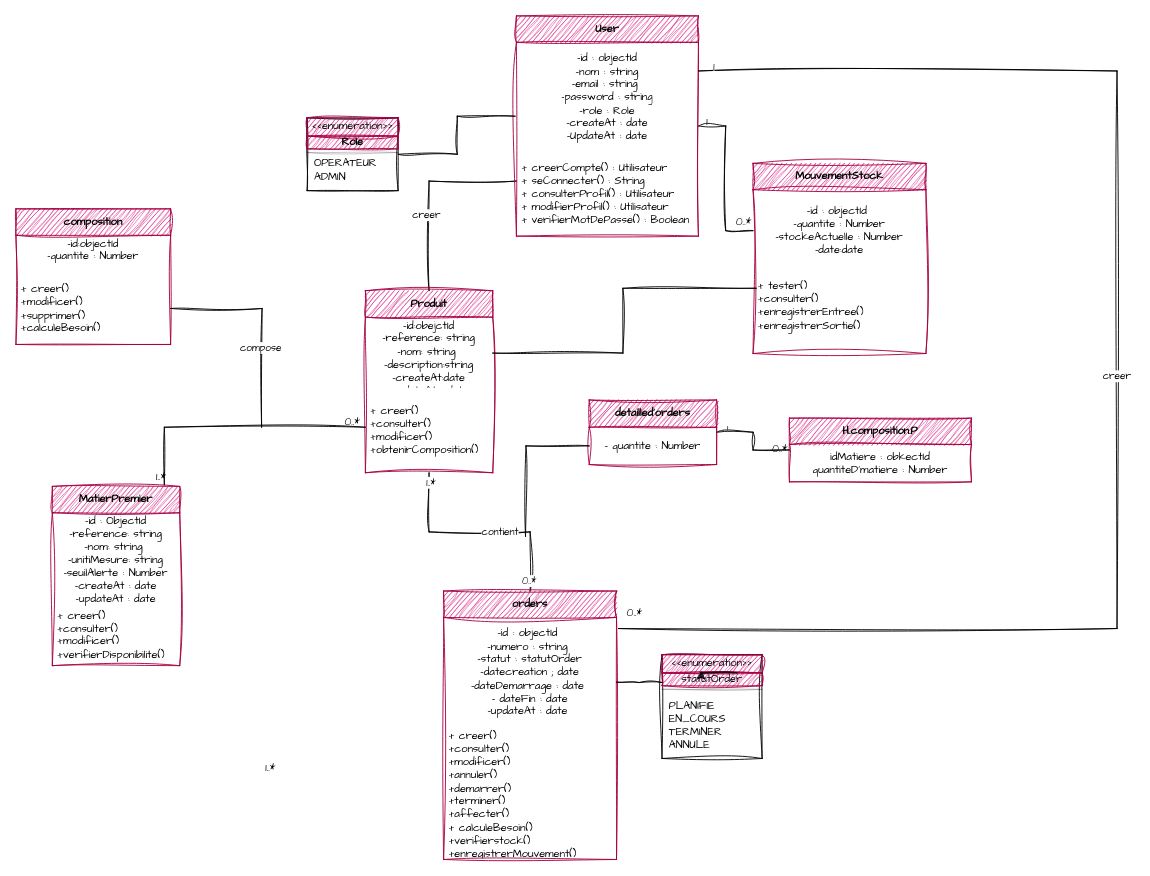
Earlier version of the draw.io diagram docs/diagramme_classV2.drawio (razaane/FactoryFlow). Source tidied: cells renumbered, new cells numbered last; positions are measured from the earlier drawing's top-left corner, leaving out a move shared by most shapes. Both pictures are drawn from the tidied source at 91%, with x=0, y=0 at pixel (15, 15).
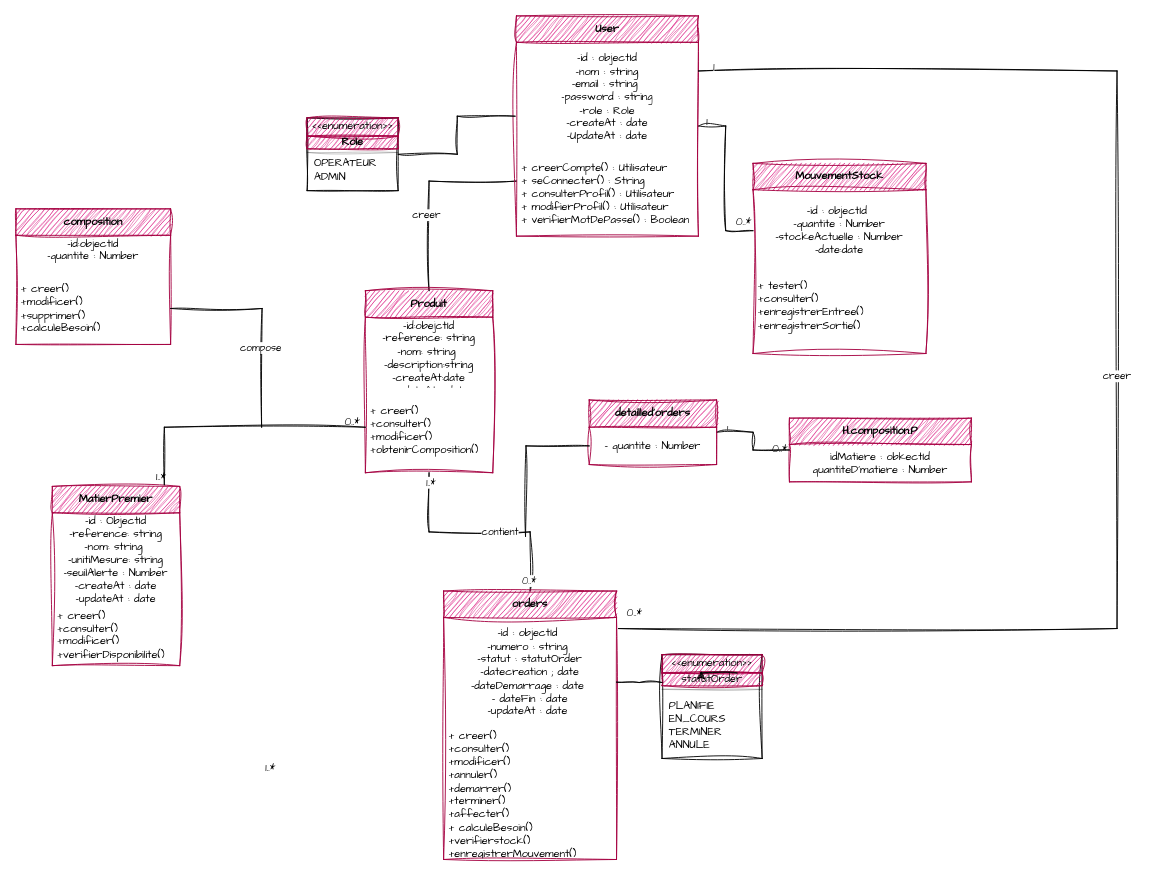
The same page after the edit.

Unchanged cells that the change refers to:
```xml
<mxCell id="20" value="&lt;div&gt;-id:obejctId&lt;/div&gt;-reference: string&lt;div&gt;-nom: string&amp;nbsp;&lt;/div&gt;&lt;div&gt;-description:string&lt;/div&gt;&lt;div&gt;-createAt:date&lt;/div&gt;&lt;div&gt;-updateAt : date&lt;/div&gt;&lt;div&gt;&lt;br&gt;&lt;/div&gt;&lt;div&gt;&lt;br&gt;&lt;/div&gt;" style="text;html=1;strokeColor=none;fillColor=none;align=center;verticalAlign=middle;spacingLeft=4;spacingRight=4;overflow=hidden;points=[[0,0.5],[1,0.5]];portConstraint=eastwest;whiteSpace=wrap;fontFamily=Architects Daughter;" parent="19" vertex="1">
  <mxGeometry y="29" width="140" height="79" as="geometry" />
</mxCell>
<mxCell id="36" value="+ tester()&lt;div&gt;+consulter()&lt;/div&gt;&lt;div&gt;+enregistrerEntree()&lt;/div&gt;&lt;div&gt;+enregistrerSortie()&lt;/div&gt;&lt;div&gt;&lt;br&gt;&lt;/div&gt;" style="text;html=1;strokeColor=none;fillColor=none;align=left;verticalAlign=middle;spacingLeft=4;spacingRight=4;overflow=hidden;points=[[0,0.5],[1,0.5]];portConstraint=eastwest;whiteSpace=wrap;fontFamily=Architects Daughter;" parent="34" vertex="1">
  <mxGeometry y="119" width="190" height="90" as="geometry" />
</mxCell>
```

What changed in the source:
```diff
@@
-    <mxCell id="55" style="edgeStyle=orthogonalEdgeStyle;rounded=0;sketch=1;hachureGap=4;jiggle=2;curveFitting=1;jettySize=auto;html=1;exitX=1;exitY=0.5;exitDx=0;exitDy=0;entryX=0.019;entryY=0.203;entryDx=0;entryDy=0;entryPerimeter=0;fontFamily=Architects Daughter;endArrow=none;endFill=0;" parent="1" edge="1" source="20" target="36">
-      <mxGeometry relative="1" as="geometry" />
-    </mxCell>
```
